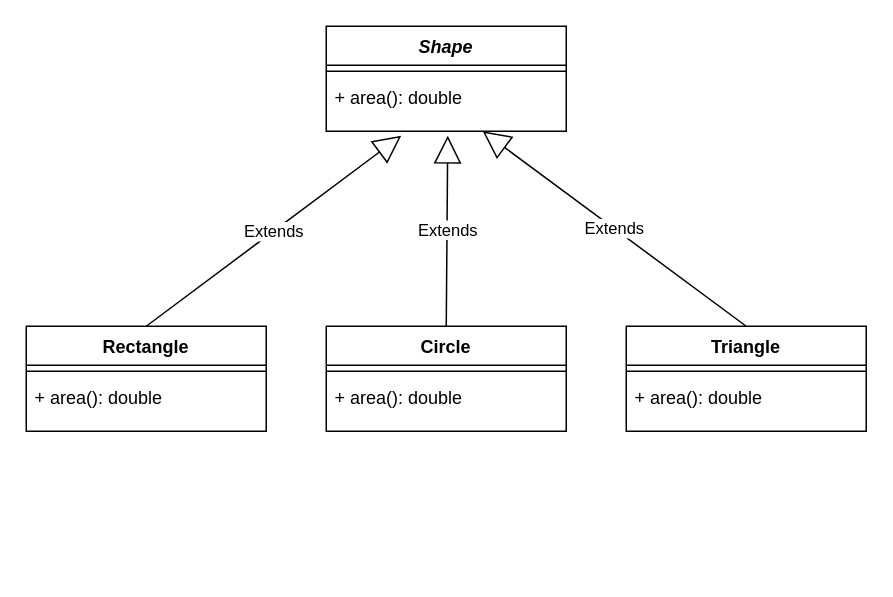
This is page "Shapes" (1 of 2) of shapes.drawio from PhlohOOP/07a_Abstract_Classes, a draw.io file, before an edit. Source tidied: cells renumbered, new cells numbered last; positions are measured from the earlier drawing's top-left corner, leaving out a move shared by most shapes. Both pictures are drawn from the tidied source at 150%, with x=0, y=0 at pixel (26, 26).
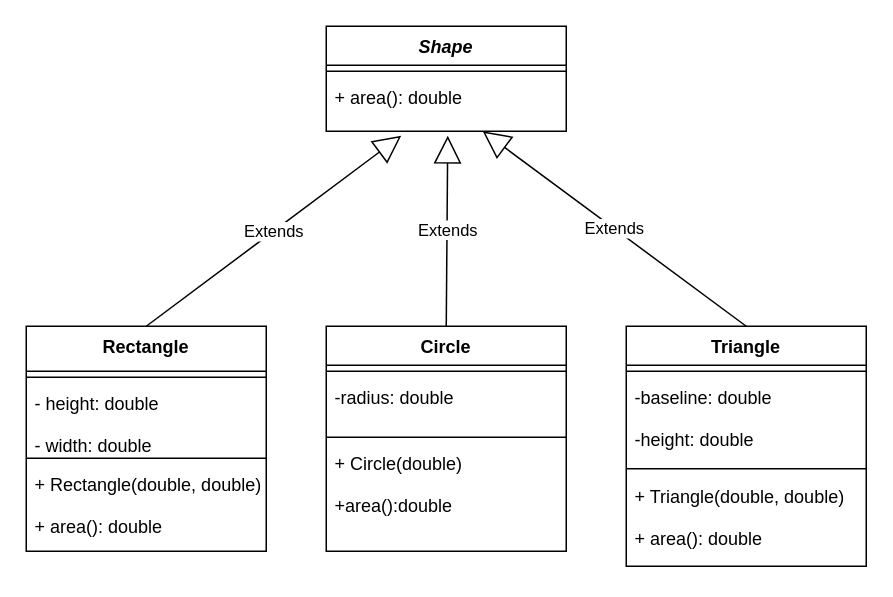
Above is the later version.

What changed in the source:
```diff
@@
-    <mxCell id="5" value="Rectangle" style="swimlane;fontStyle=1;align=center;verticalAlign=top;horizontal=1;startSize=26;" parent="1" vertex="1">
-      <mxGeometry y="200" width="160" height="70" as="geometry" />
+    <mxCell id="5" value="Rectangle" style="swimlane;fontStyle=1;align=center;verticalAlign=top;horizontal=1;startSize=30;" parent="1" vertex="1">
+      <mxGeometry y="200" width="160" height="150" as="geometry" />
     </mxCell>
     <mxCell id="6" style="line;strokeWidth=1;fillColor=none;align=left;verticalAlign=middle;spacingTop=-1;spacingLeft=3;spacingRight=3;labelPosition=right;" parent="5" vertex="1">
-      <mxGeometry y="26" width="160" height="8" as="geometry" />
+      <mxGeometry y="30" width="160" height="8" as="geometry" />
     </mxCell>
-    <mxCell id="7" value="+ area(): double" style="text;strokeColor=none;fillColor=none;align=left;verticalAlign=top;spacingLeft=4;spacingRight=4;overflow=hidden;" parent="5" vertex="1">
-      <mxGeometry y="34" width="160" height="36" as="geometry" />
+    <mxCell id="7" value="- height: double&#10;&#10;- width: double    " style="text;strokeColor=none;fillColor=none;align=left;verticalAlign=top;spacingLeft=4;spacingRight=4;overflow=hidden;" parent="5" vertex="1">
+      <mxGeometry y="38" width="160" height="46" as="geometry" />
     </mxCell>
+    <mxCell id="17" style="line;strokeWidth=1;fillColor=none;align=left;verticalAlign=middle;spacingTop=-1;spacingLeft=3;spacingRight=3;labelPosition=right;strokeColor=inherit;" parent="5" vertex="1">
+      <mxGeometry y="84" width="160" height="8" as="geometry" />
+    </mxCell>
+    <mxCell id="18" value="+ Rectangle(double, double)&#10;&#10;+ area(): double" style="text;strokeColor=none;fillColor=none;align=left;verticalAlign=top;spacingLeft=4;spacingRight=4;overflow=hidden;" parent="5" vertex="1">
+      <mxGeometry y="92" width="160" height="58" as="geometry" />
+    </mxCell>
     <mxCell id="8" value="Circle" style="swimlane;fontStyle=1;align=center;verticalAlign=top;horizontal=1;startSize=26;" parent="1" vertex="1">
-      <mxGeometry x="200" y="200" width="160" height="70" as="geometry" />
+      <mxGeometry x="200" y="200" width="160" height="150" as="geometry" />
     </mxCell>
@@
-    <mxCell id="10" value="+ area(): double" style="text;strokeColor=none;fillColor=none;align=left;verticalAlign=top;spacingLeft=4;spacingRight=4;overflow=hidden;" parent="8" vertex="1">
+    <mxCell id="10" value="-radius: double" style="text;strokeColor=none;fillColor=none;align=left;verticalAlign=top;spacingLeft=4;spacingRight=4;overflow=hidden;" parent="8" vertex="1">
       <mxGeometry y="34" width="160" height="36" as="geometry" />
     </mxCell>
+    <mxCell id="19" style="line;strokeWidth=1;fillColor=none;align=left;verticalAlign=middle;spacingTop=-1;spacingLeft=3;spacingRight=3;labelPosition=right;strokeColor=inherit;" parent="8" vertex="1">
+      <mxGeometry y="70" width="160" height="8" as="geometry" />
+    </mxCell>
+    <mxCell id="20" value="+ Circle(double)&#10;&#10;+area():double" style="text;strokeColor=none;fillColor=none;align=left;verticalAlign=top;spacingLeft=4;spacingRight=4;overflow=hidden;" parent="8" vertex="1">
+      <mxGeometry y="78" width="160" height="72" as="geometry" />
+    </mxCell>
     <mxCell id="11" value="Triangle" style="swimlane;fontStyle=1;align=center;verticalAlign=top;horizontal=1;startSize=26;" parent="1" vertex="1">
-      <mxGeometry x="400" y="200" width="160" height="70" as="geometry" />
+      <mxGeometry x="400" y="200" width="160" height="160" as="geometry" />
     </mxCell>
@@
-    <mxCell id="13" value="+ area(): double" style="text;strokeColor=none;fillColor=none;align=left;verticalAlign=top;spacingLeft=4;spacingRight=4;overflow=hidden;" parent="11" vertex="1">
-      <mxGeometry y="34" width="160" height="36" as="geometry" />
+    <mxCell id="13" value="-baseline: double&#10;&#10;-height: double" style="text;strokeColor=none;fillColor=none;align=left;verticalAlign=top;spacingLeft=4;spacingRight=4;overflow=hidden;" parent="11" vertex="1">
+      <mxGeometry y="34" width="160" height="56" as="geometry" />
     </mxCell>
+    <mxCell id="21" style="line;strokeWidth=1;fillColor=none;align=left;verticalAlign=middle;spacingTop=-1;spacingLeft=3;spacingRight=3;labelPosition=right;strokeColor=inherit;" parent="11" vertex="1">
+      <mxGeometry y="90" width="160" height="10" as="geometry" />
+    </mxCell>
+    <mxCell id="22" value="+ Triangle(double, double)&#10;&#10;+ area(): double&#10;" style="text;strokeColor=none;fillColor=none;align=left;verticalAlign=top;spacingLeft=4;spacingRight=4;overflow=hidden;" parent="11" vertex="1">
+      <mxGeometry y="100" width="160" height="60" as="geometry" />
+    </mxCell>
```
